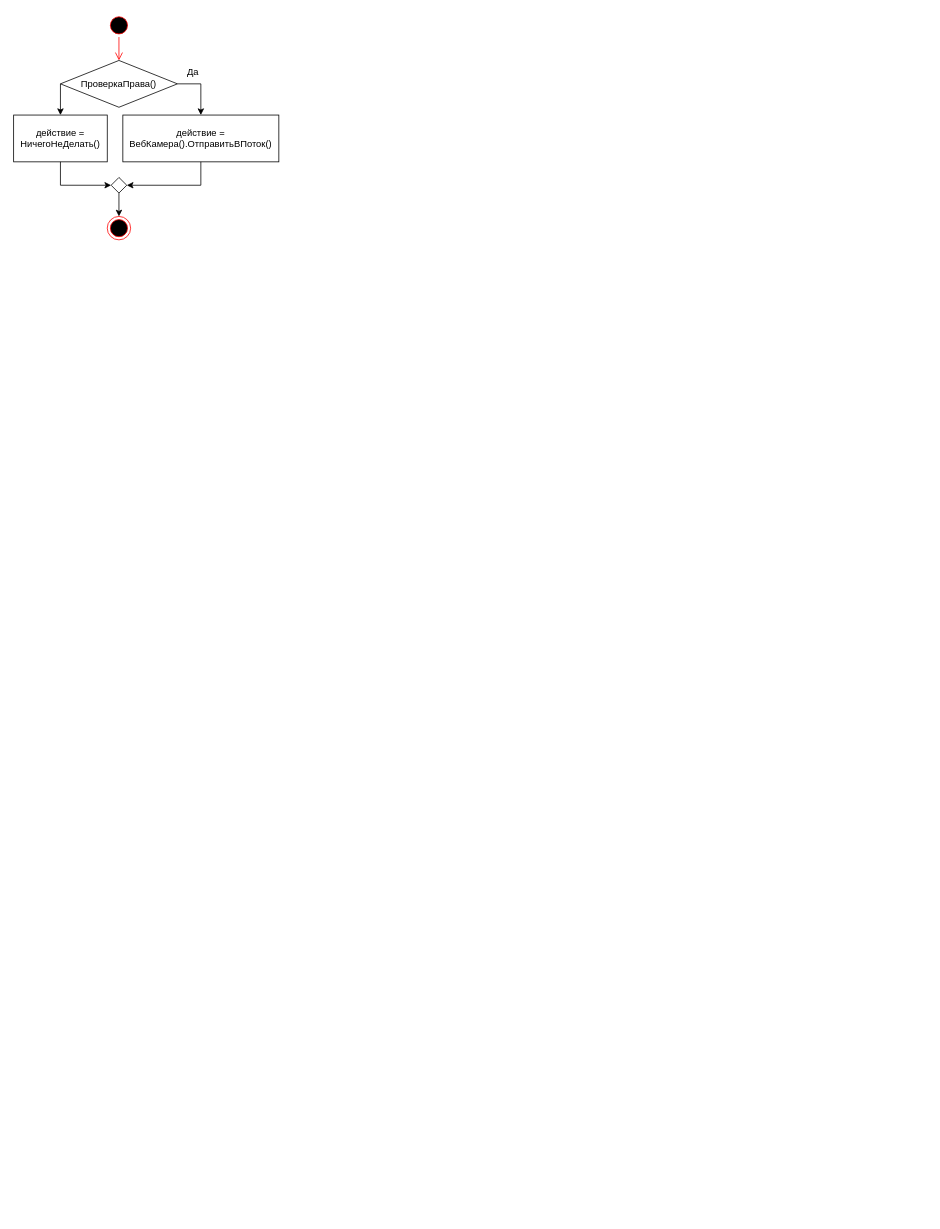
eldarian-1/pstu keeps this draw.io diagram as ТОАУ/ЛР2/7 3.drawio. Above is the earlier version. Source tidied: cells renumbered, new cells numbered last; positions are measured from the earlier drawing's top-left corner, leaving out a move shared by most shapes. Both pictures are drawn from the tidied source at 78%, with x=0, y=0 at pixel (13, 13).
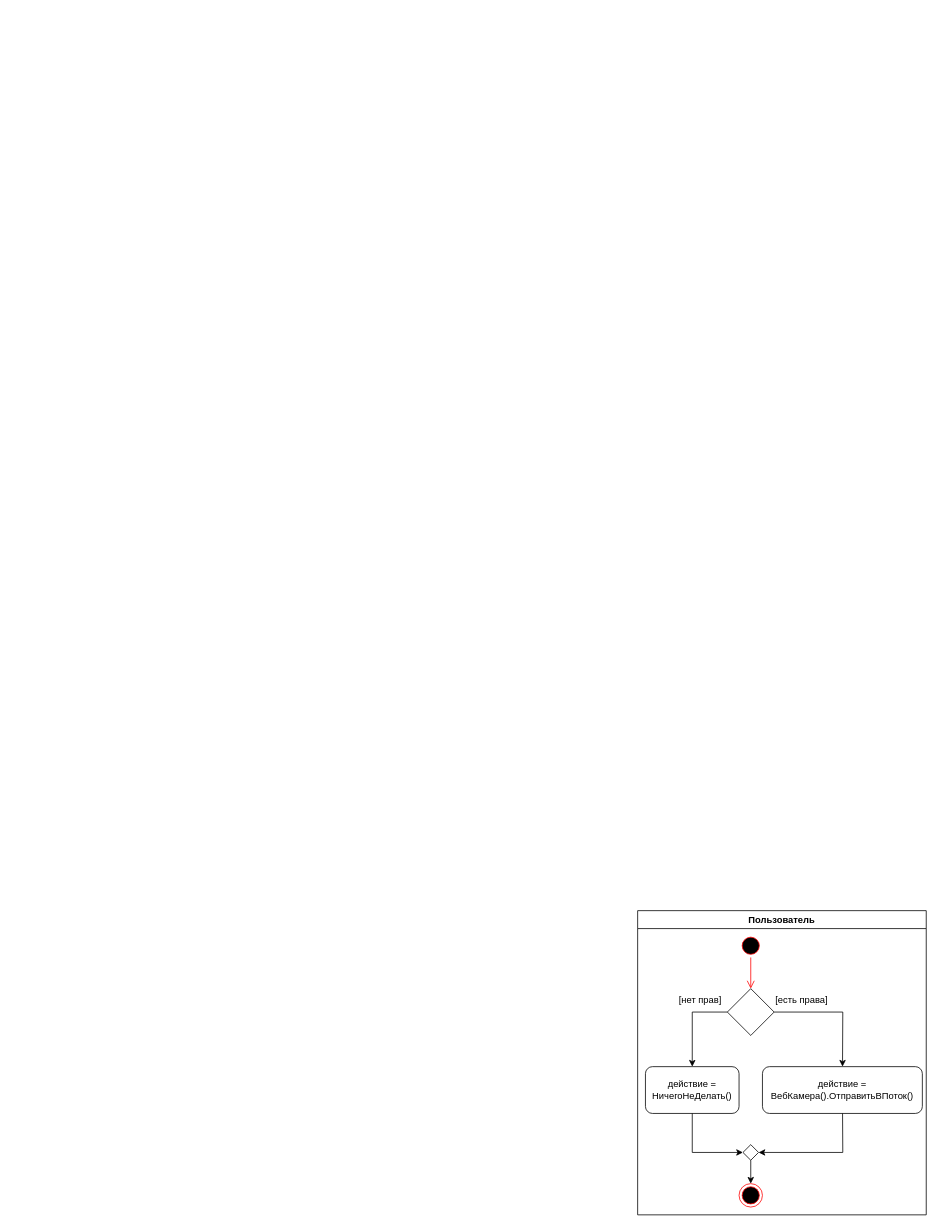
After the change.

What changed in the source:
```diff
@@
-    <mxCell id="2" style="ellipse;html=1;shape=startState;fillColor=#000000;strokeColor=#ff0000;" parent="1" vertex="1">
-      <mxGeometry x="120" width="30" height="30" as="geometry" />
-    </mxCell>
-    <mxCell id="3" style="edgeStyle=orthogonalEdgeStyle;html=1;verticalAlign=bottom;endArrow=open;endSize=8;strokeColor=#ff0000;rounded=0;" parent="1" edge="1" source="2" target="7">
-      <mxGeometry relative="1" as="geometry" />
-    </mxCell>
+    <mxCell id="15" value="Пользователь" style="swimlane;" parent="1" vertex="1">
+      <mxGeometry x="800" y="1150" width="370" height="390" as="geometry" />
+    </mxCell>
+    <mxCell id="16" style="ellipse;html=1;shape=startState;fillColor=#000000;strokeColor=#ff0000;" parent="15" vertex="1">
+      <mxGeometry x="130" y="30" width="30" height="30" as="geometry" />
+    </mxCell>
+    <mxCell id="17" style="edgeStyle=orthogonalEdgeStyle;html=1;verticalAlign=bottom;endArrow=open;endSize=8;strokeColor=#ff0000;rounded=0;" parent="15" edge="1" source="16" target="20">
+      <mxGeometry relative="1" as="geometry" />
+    </mxCell>
-    <mxCell id="4" value="действие = ВебКамера().ОтправитьВПоток()" style="rounded=0;whiteSpace=wrap;html=1;" parent="1" vertex="1">
-      <mxGeometry x="140" y="130" width="200" height="60" as="geometry" />
+    <mxCell id="4" value="действие = ВебКамера().ОтправитьВПоток()" style="rounded=1;whiteSpace=wrap;html=1;" parent="15" vertex="1">
+      <mxGeometry x="160" y="200" width="205" height="60" as="geometry" />
     </mxCell>
-    <mxCell id="5" style="ellipse;html=1;shape=endState;fillColor=#000000;strokeColor=#ff0000;" parent="1" vertex="1">
-      <mxGeometry x="120" y="260" width="30" height="30" as="geometry" />
-    </mxCell>
-    <mxCell id="6" style="endArrow=classic;html=1;rounded=0;entryX=1;entryY=0.5;entryDx=0;entryDy=0;" parent="1" edge="1" source="4" target="12">
-      <mxGeometry relative="1" as="geometry">
-        <Array as="points">
-          <mxPoint x="240" y="220" />
-        </Array>
-      </mxGeometry>
-    </mxCell>
-    <mxCell id="7" value="ПроверкаПрава()" style="rhombus;whiteSpace=wrap;html=1;" parent="1" vertex="1">
-      <mxGeometry x="60" y="60" width="150" height="60" as="geometry" />
-    </mxCell>
-    <mxCell id="8" style="endArrow=classic;html=1;rounded=0;exitX=1;exitY=0.5;exitDx=0;exitDy=0;" parent="1" edge="1" source="7" target="4">
-      <mxGeometry relative="1" as="geometry">
-        <Array as="points">
-          <mxPoint x="240" y="90" />
-        </Array>
-      </mxGeometry>
-    </mxCell>
+    <mxCell id="18" style="ellipse;html=1;shape=endState;fillColor=#000000;strokeColor=#ff0000;" parent="15" vertex="1">
+      <mxGeometry x="130" y="350" width="30" height="30" as="geometry" />
+    </mxCell>
+    <mxCell id="19" style="endArrow=classic;html=1;rounded=0;entryX=1;entryY=0.5;entryDx=0;entryDy=0;" parent="15" edge="1" source="4" target="23">
+      <mxGeometry relative="1" as="geometry">
+        <Array as="points">
+          <mxPoint x="263" y="310" />
+        </Array>
+      </mxGeometry>
+    </mxCell>
+    <mxCell id="20" style="rhombus;whiteSpace=wrap;html=1;" parent="15" vertex="1">
+      <mxGeometry x="115" y="100" width="60" height="60" as="geometry" />
+    </mxCell>
+    <mxCell id="21" style="endArrow=classic;html=1;rounded=0;exitX=1;exitY=0.5;exitDx=0;exitDy=0;" parent="15" edge="1" source="20" target="4">
+      <mxGeometry relative="1" as="geometry">
+        <Array as="points">
+          <mxPoint x="263" y="130" />
+        </Array>
+      </mxGeometry>
+    </mxCell>
-    <mxCell id="9" value="действие = НичегоНеДелать()" style="rounded=0;whiteSpace=wrap;html=1;" parent="1" vertex="1">
-      <mxGeometry y="130" width="120" height="60" as="geometry" />
+    <mxCell id="9" value="действие = НичегоНеДелать()" style="rounded=1;whiteSpace=wrap;html=1;" parent="15" vertex="1">
+      <mxGeometry x="10" y="200" width="120" height="60" as="geometry" />
     </mxCell>
-    <mxCell id="10" style="endArrow=classic;html=1;rounded=0;exitX=0;exitY=0.5;exitDx=0;exitDy=0;" parent="1" edge="1" source="7" target="9">
-      <mxGeometry relative="1" as="geometry" />
-    </mxCell>
-    <mxCell id="11" value="Да" style="text;html=1;strokeColor=none;fillColor=none;align=center;verticalAlign=middle;whiteSpace=wrap;rounded=0;" parent="1" vertex="1">
-      <mxGeometry x="200" y="60" width="60" height="30" as="geometry" />
-    </mxCell>
-    <mxCell id="12" style="rhombus;whiteSpace=wrap;html=1;" parent="1" vertex="1">
-      <mxGeometry x="125" y="210" width="20" height="20" as="geometry" />
-    </mxCell>
-    <mxCell id="13" style="endArrow=classic;html=1;rounded=0;entryX=0;entryY=0.5;entryDx=0;entryDy=0;" parent="1" edge="1" source="9" target="12">
-      <mxGeometry relative="1" as="geometry">
-        <Array as="points">
-          <mxPoint x="60" y="220" />
-        </Array>
-      </mxGeometry>
-    </mxCell>
-    <mxCell id="14" style="endArrow=classic;html=1;rounded=0;exitX=0.5;exitY=1;exitDx=0;exitDy=0;" parent="1" edge="1" source="12" target="5">
-      <mxGeometry relative="1" as="geometry" />
-    </mxCell>
+    <mxCell id="22" style="endArrow=classic;html=1;rounded=0;exitX=0;exitY=0.5;exitDx=0;exitDy=0;" parent="15" edge="1" source="20" target="9">
+      <mxGeometry relative="1" as="geometry">
+        <Array as="points">
+          <mxPoint x="70" y="130" />
+        </Array>
+      </mxGeometry>
+    </mxCell>
+    <mxCell id="23" style="rhombus;whiteSpace=wrap;html=1;" parent="15" vertex="1">
+      <mxGeometry x="135" y="300" width="20" height="20" as="geometry" />
+    </mxCell>
+    <mxCell id="24" style="endArrow=classic;html=1;rounded=0;entryX=0;entryY=0.5;entryDx=0;entryDy=0;" parent="15" edge="1" source="9" target="23">
+      <mxGeometry relative="1" as="geometry">
+        <Array as="points">
+          <mxPoint x="70" y="310" />
+        </Array>
+      </mxGeometry>
+    </mxCell>
+    <mxCell id="25" style="endArrow=classic;html=1;rounded=0;exitX=0.5;exitY=1;exitDx=0;exitDy=0;" parent="15" edge="1" source="23" target="18">
+      <mxGeometry relative="1" as="geometry" />
+    </mxCell>
+    <mxCell id="26" value="[нет прав]" style="text;html=1;align=center;verticalAlign=middle;strokeColor=none;fillColor=none;" parent="15" vertex="1">
+      <mxGeometry x="45" y="105" width="70" height="20" as="geometry" />
+    </mxCell>
+    <mxCell id="27" value="[есть права]" style="text;html=1;align=center;verticalAlign=middle;strokeColor=none;fillColor=none;" parent="15" vertex="1">
+      <mxGeometry x="170" y="105" width="80" height="20" as="geometry" />
+    </mxCell>
```
